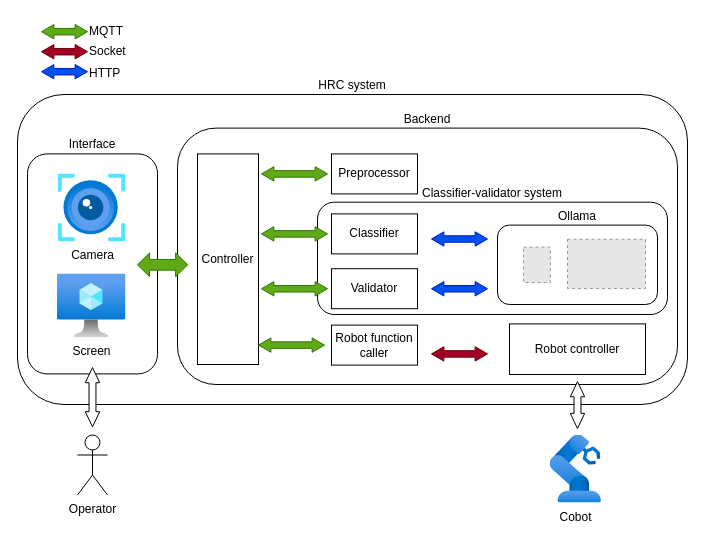
Before: architecture.drawio in GreatSharky/CoHSCI, a draw.io diagram. Source tidied: cells renumbered, new cells numbered last; positions are measured from the earlier drawing's top-left corner, leaving out a move shared by most shapes. Both pictures are drawn from the tidied source at 100%, with x=0, y=0 at pixel (17, 16). Pictures stored in the file or linked from it are replaced by grey dashed boxes.
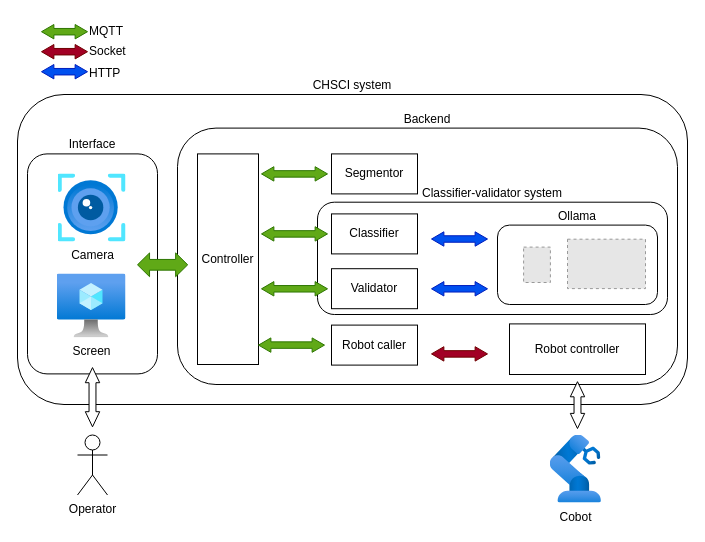
Above is the later version.

The edit, as a diff of the source:
```diff
@@
-    <mxCell id="3" value="HRC system" style="rounded=1;whiteSpace=wrap;html=1;fillColor=none;labelPosition=center;verticalLabelPosition=top;align=center;verticalAlign=bottom;" parent="1" vertex="1">
+    <mxCell id="3" value="CHSCI system" style="rounded=1;whiteSpace=wrap;html=1;fillColor=none;labelPosition=center;verticalLabelPosition=top;align=center;verticalAlign=bottom;" parent="1" vertex="1">
       <mxGeometry y="78" width="670" height="310" as="geometry" />
     </mxCell>
@@
-    <mxCell id="12" value="Preprocessor" style="rounded=0;whiteSpace=wrap;html=1;" parent="1" vertex="1">
+    <mxCell id="12" value="Segmentor" style="rounded=0;whiteSpace=wrap;html=1;" parent="1" vertex="1">
       <mxGeometry x="314" y="137.4" width="86" height="40" as="geometry" />
     </mxCell>
@@
-    <mxCell id="17" value="Robot function caller" style="rounded=0;whiteSpace=wrap;html=1;" parent="1" vertex="1">
+    <mxCell id="17" value="Robot caller" style="rounded=0;whiteSpace=wrap;html=1;" parent="1" vertex="1">
       <mxGeometry x="314" y="308.6" width="86" height="40" as="geometry" />
     </mxCell>
```
